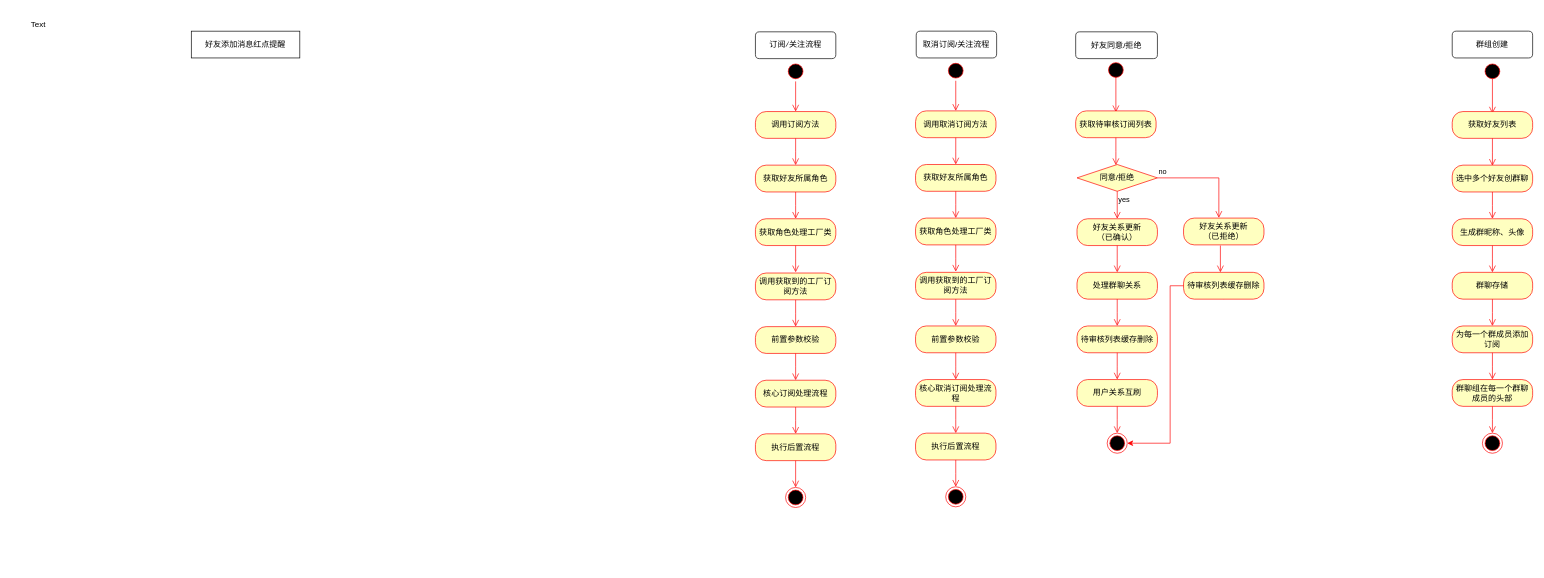
Above: webchat/二、好友关系设计.drawio in niuxiaocong/knowledage-notes (draw.io), before the change. Source tidied: cells renumbered, new cells numbered last; positions are measured from the earlier drawing's top-left corner, leaving out a move shared by most shapes. Both pictures are drawn from the tidied source at 67%, with x=0, y=0 at pixel (11, 11).
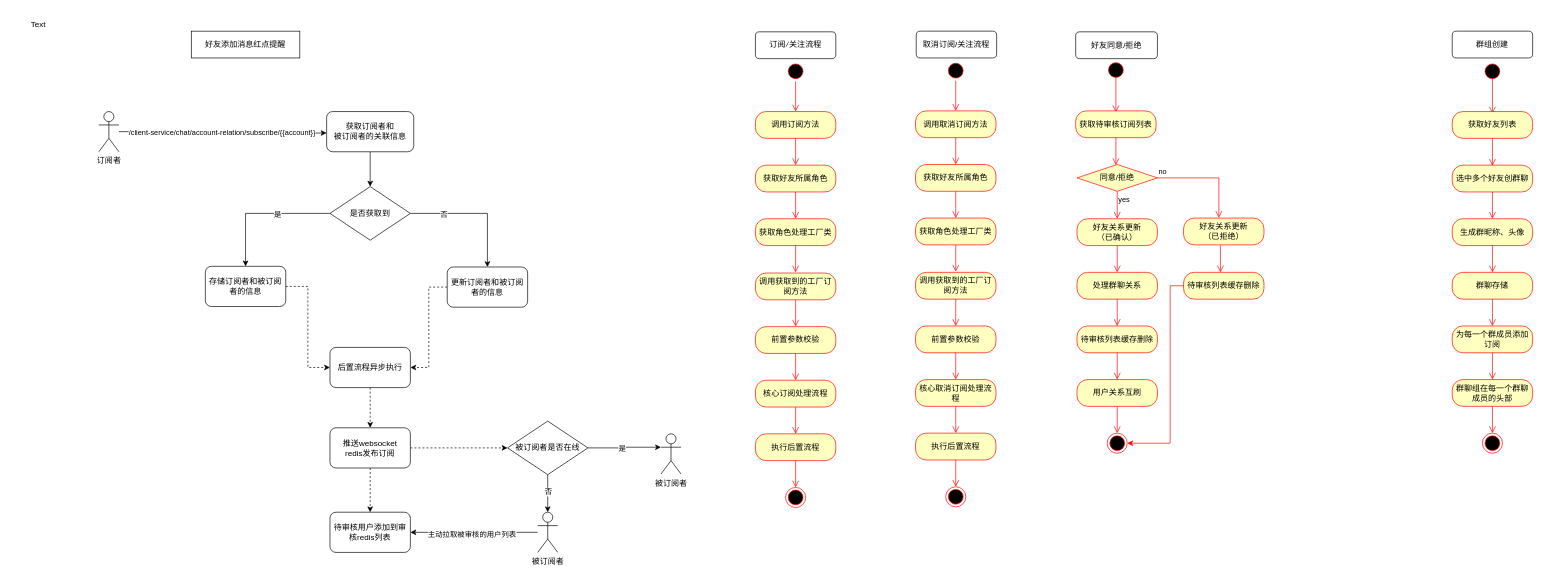
After the change.

Commit message:
更新二、好友关系设计.drawio

What changed in the source:
```diff
@@
+    <mxCell id="77" style="edgeStyle=orthogonalEdgeStyle;rounded=0;jettySize=auto;html=1;entryX=0;entryY=0.5;entryDx=0;entryDy=0;" parent="1" edge="1" source="79">
+      <mxGeometry relative="1" as="geometry">
+        <mxPoint x="470" y="181" as="targetPoint" />
+      </mxGeometry>
+    </mxCell>
+    <mxCell id="78" value="/client-service/chat/account-relation/subscribe/{{account}}" style="edgeLabel;html=1;align=center;verticalAlign=middle;" parent="77" vertex="1">
+      <mxGeometry x="-0.28" relative="1" as="geometry">
+        <mxPoint x="40" as="offset" />
+      </mxGeometry>
+    </mxCell>
+    <mxCell id="79" value="订阅者" style="shape=umlActor;verticalLabelPosition=bottom;verticalAlign=top;html=1;outlineConnect=0;" parent="1" vertex="1">
+      <mxGeometry x="130" y="149" width="30" height="60" as="geometry" />
+    </mxCell>
+    <mxCell id="80" style="edgeStyle=orthogonalEdgeStyle;rounded=0;jettySize=auto;html=1;" parent="1" edge="1" source="81" target="86">
+      <mxGeometry relative="1" as="geometry" />
+    </mxCell>
+    <mxCell id="81" value="获取订阅者和&lt;br&gt;被订阅者的关联信息" style="rounded=1;whiteSpace=wrap;html=1;" parent="1" vertex="1">
+      <mxGeometry x="470" y="149" width="130" height="60" as="geometry" />
+    </mxCell>
+    <mxCell id="82" style="edgeStyle=orthogonalEdgeStyle;rounded=0;jettySize=auto;html=1;entryX=0.5;entryY=0;entryDx=0;entryDy=0;" parent="1" edge="1" source="86" target="88">
+      <mxGeometry relative="1" as="geometry" />
+    </mxCell>
+    <mxCell id="83" value="是" style="edgeLabel;html=1;align=center;verticalAlign=middle;" parent="82" vertex="1">
+      <mxGeometry x="-0.23" y="1" relative="1" as="geometry" />
+    </mxCell>
+    <mxCell id="84" style="edgeStyle=orthogonalEdgeStyle;rounded=0;jettySize=auto;html=1;entryX=0.5;entryY=0;entryDx=0;entryDy=0;" parent="1" edge="1" source="86" target="90">
+      <mxGeometry relative="1" as="geometry" />
+    </mxCell>
+    <mxCell id="85" value="否" style="edgeLabel;html=1;align=center;verticalAlign=middle;" parent="84" vertex="1">
+      <mxGeometry x="-0.5" y="-1" relative="1" as="geometry" />
+    </mxCell>
+    <mxCell id="86" value="是否获取到" style="rhombus;whiteSpace=wrap;html=1;" parent="1" vertex="1">
+      <mxGeometry x="475" y="261" width="120" height="80" as="geometry" />
+    </mxCell>
+    <mxCell id="87" style="edgeStyle=orthogonalEdgeStyle;rounded=0;jettySize=auto;html=1;entryX=0;entryY=0.5;entryDx=0;entryDy=0;dashed=1;" parent="1" edge="1" source="88" target="92">
+      <mxGeometry relative="1" as="geometry" />
+    </mxCell>
+    <mxCell id="88" value="存储订阅者和被订阅者的信息" style="rounded=1;whiteSpace=wrap;html=1;" parent="1" vertex="1">
+      <mxGeometry x="289" y="380" width="120" height="60" as="geometry" />
+    </mxCell>
+    <mxCell id="89" style="edgeStyle=orthogonalEdgeStyle;rounded=0;jettySize=auto;html=1;entryX=1;entryY=0.5;entryDx=0;entryDy=0;dashed=1;" parent="1" edge="1" source="90" target="92">
+      <mxGeometry relative="1" as="geometry" />
+    </mxCell>
+    <mxCell id="90" value="更新订阅者和被订阅者的信息" style="rounded=1;whiteSpace=wrap;html=1;" parent="1" vertex="1">
+      <mxGeometry x="650" y="381" width="120" height="60" as="geometry" />
+    </mxCell>
+    <mxCell id="91" style="edgeStyle=orthogonalEdgeStyle;rounded=0;jettySize=auto;html=1;entryX=0.5;entryY=0;entryDx=0;entryDy=0;dashed=1;" parent="1" edge="1" source="92" target="95">
+      <mxGeometry relative="1" as="geometry" />
+    </mxCell>
+    <mxCell id="92" value="后置流程异步执行" style="rounded=1;whiteSpace=wrap;html=1;" parent="1" vertex="1">
+      <mxGeometry x="475" y="501" width="120" height="60" as="geometry" />
+    </mxCell>
+    <mxCell id="93" style="edgeStyle=orthogonalEdgeStyle;rounded=0;jettySize=auto;html=1;dashed=1;" parent="1" edge="1" source="95" target="96">
+      <mxGeometry relative="1" as="geometry" />
+    </mxCell>
+    <mxCell id="94" style="edgeStyle=orthogonalEdgeStyle;rounded=0;jettySize=auto;html=1;dashed=1;" parent="1" edge="1" source="95">
+      <mxGeometry relative="1" as="geometry">
+        <mxPoint x="740" y="651" as="targetPoint" />
+      </mxGeometry>
+    </mxCell>
+    <mxCell id="95" value="推送websocket&lt;br&gt;redis发布订阅" style="rounded=1;whiteSpace=wrap;html=1;" parent="1" vertex="1">
+      <mxGeometry x="475" y="621" width="120" height="60" as="geometry" />
+    </mxCell>
+    <mxCell id="96" value="待审核用户添加到审核redis列表" style="rounded=1;whiteSpace=wrap;html=1;" parent="1" vertex="1">
+      <mxGeometry x="475" y="747" width="120" height="60" as="geometry" />
+    </mxCell>
+    <mxCell id="97" value="被订阅者" style="shape=umlActor;verticalLabelPosition=bottom;verticalAlign=top;html=1;outlineConnect=0;" parent="1" vertex="1">
+      <mxGeometry x="969" y="630" width="30" height="60" as="geometry" />
+    </mxCell>
+    <mxCell id="98" style="edgeStyle=orthogonalEdgeStyle;rounded=0;jettySize=auto;html=1;entryX=0;entryY=0.3333333333333333;entryDx=0;entryDy=0;entryPerimeter=0;" parent="1" edge="1" source="102" target="97">
+      <mxGeometry relative="1" as="geometry" />
+    </mxCell>
+    <mxCell id="99" value="是" style="edgeLabel;html=1;align=center;verticalAlign=middle;" parent="98" vertex="1">
+      <mxGeometry x="-0.1" relative="1" as="geometry" />
+    </mxCell>
+    <mxCell id="100" style="edgeStyle=orthogonalEdgeStyle;rounded=0;jettySize=auto;html=1;" parent="1" edge="1" source="102" target="105">
+      <mxGeometry relative="1" as="geometry" />
+    </mxCell>
+    <mxCell id="101" value="否" style="edgeLabel;html=1;align=center;verticalAlign=middle;" parent="100" vertex="1">
+      <mxGeometry x="-0.11" relative="1" as="geometry" />
+    </mxCell>
+    <mxCell id="102" value="被订阅者是否在线" style="rhombus;whiteSpace=wrap;html=1;" parent="1" vertex="1">
+      <mxGeometry x="740" y="611" width="120" height="80" as="geometry" />
+    </mxCell>
+    <mxCell id="103" style="edgeStyle=orthogonalEdgeStyle;rounded=0;jettySize=auto;html=1;entryX=1;entryY=0.5;entryDx=0;entryDy=0;" parent="1" edge="1" source="105" target="96">
+      <mxGeometry relative="1" as="geometry" />
+    </mxCell>
+    <mxCell id="104" value="主动拉取被审核的用户列表" style="edgeLabel;html=1;align=center;verticalAlign=middle;" parent="103" vertex="1">
+      <mxGeometry x="0.03" y="3" relative="1" as="geometry">
+        <mxPoint x="-1" as="offset" />
+      </mxGeometry>
+    </mxCell>
+    <mxCell id="105" value="被订阅者" style="shape=umlActor;verticalLabelPosition=bottom;verticalAlign=top;html=1;outlineConnect=0;" parent="1" vertex="1">
+      <mxGeometry x="785" y="747" width="30" height="60" as="geometry" />
+    </mxCell>
```
